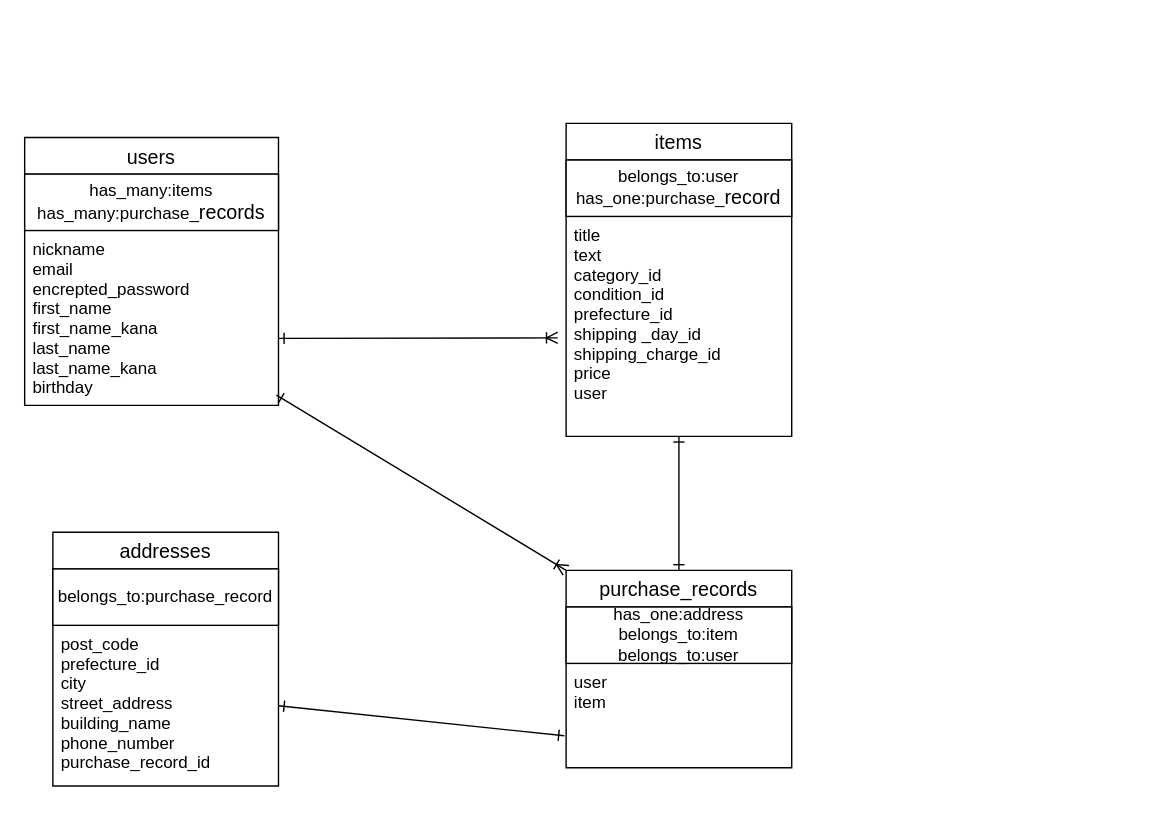
This is ER.dio from becko629/furima-39392, a draw.io file, before an edit. Source tidied: cells renumbered, new cells numbered last; positions are measured from the earlier drawing's top-left corner, leaving out a move shared by most shapes. Both pictures are drawn from the tidied source at 141%, with x=0, y=0 at pixel (24, 123).
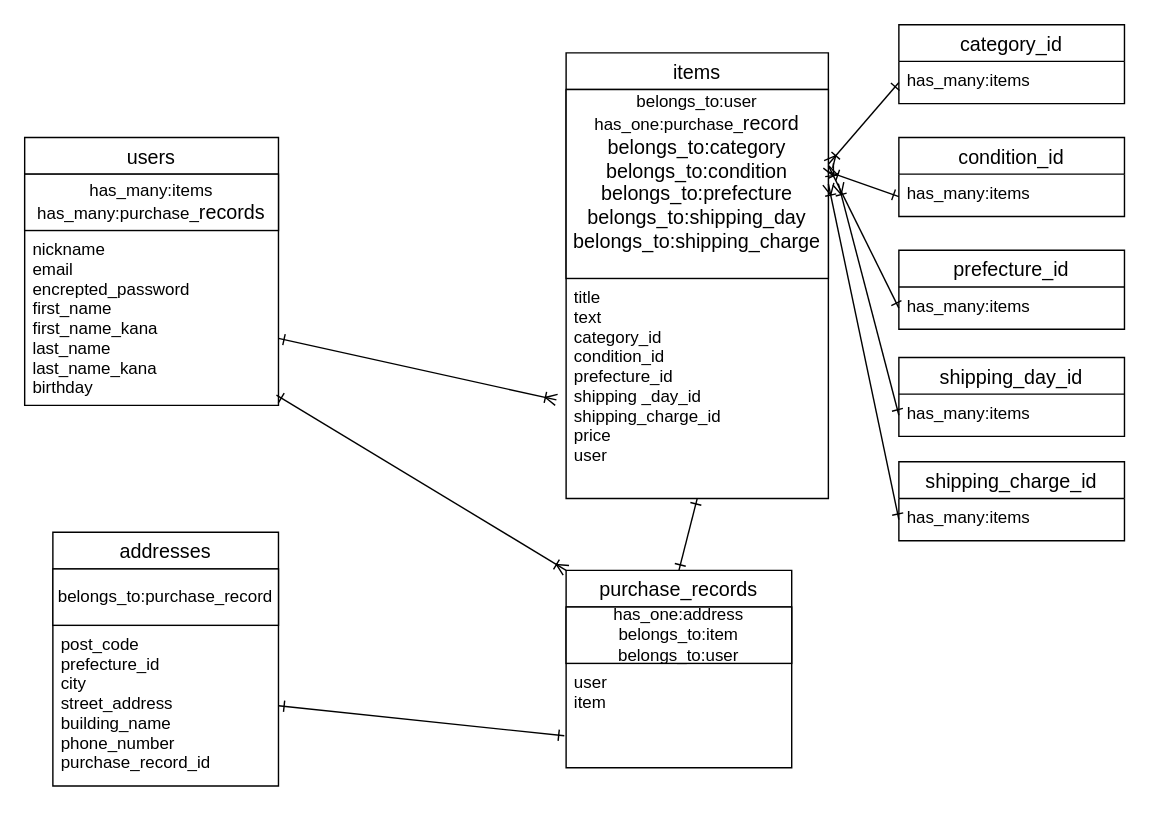
The same diagram, later.

What changed in the source:
```diff
@@
     <mxCell id="10" value="items" style="swimlane;fontStyle=0;horizontal=1;startSize=26;align=center;fontSize=14;" parent="1" vertex="1">
-      <mxGeometry x="384" width="160" height="222" as="geometry" />
+      <mxGeometry x="384" y="-50" width="186" height="316" as="geometry" />
     </mxCell>
-    <mxCell id="11" value="belongs_to:user&lt;br&gt;has_one:purchase_&lt;span style=&quot;font-size: 14px;&quot;&gt;record&lt;/span&gt;" style="whiteSpace=wrap;html=1;align=center;" parent="10" vertex="1">
-      <mxGeometry y="26" width="160" height="40" as="geometry" />
+    <mxCell id="11" value="belongs_to:user&lt;br&gt;has_one:purchase_&lt;span style=&quot;font-size: 14px;&quot;&gt;record&lt;br&gt;belongs_to:category&lt;br&gt;&lt;/span&gt;&lt;span style=&quot;font-size: 14px;&quot;&gt;belongs_to:condition&lt;br&gt;&lt;/span&gt;&lt;span style=&quot;font-size: 14px;&quot;&gt;belongs_to:&lt;/span&gt;&lt;span style=&quot;font-size: 14px;&quot;&gt;prefecture&lt;br&gt;&lt;/span&gt;&lt;span style=&quot;font-size: 14px;&quot;&gt;belongs_to:shipping_day&lt;br&gt;&lt;/span&gt;&lt;span style=&quot;font-size: 14px;&quot;&gt;belongs_to:shipping_charge&lt;br&gt;&lt;/span&gt;&lt;span style=&quot;font-size: 14px;&quot;&gt;&lt;br&gt;&lt;/span&gt;" style="whiteSpace=wrap;html=1;align=center;" parent="10" vertex="1">
+      <mxGeometry y="26" width="186" height="134" as="geometry" />
     </mxCell>
     <mxCell id="12" value="title&#10;text&#10;category_id&#10;condition_id&#10;prefecture_id&#10;shipping _day_id&#10;shipping_charge_id&#10;price&#10;user" style="text;strokeColor=none;fillColor=none;spacingLeft=4;spacingRight=4;overflow=hidden;points=[[0,0.5],[1,0.5]];portConstraint=eastwest;fontSize=12;" parent="10" vertex="1">
-      <mxGeometry y="66" width="160" height="156" as="geometry" />
+      <mxGeometry y="160" width="186" height="156" as="geometry" />
     </mxCell>
@@
+    <mxCell id="18" value="category_id" style="swimlane;fontStyle=0;horizontal=1;startSize=26;align=center;fontSize=14;" parent="1" vertex="1">
+      <mxGeometry x="620" y="-70" width="160" height="56" as="geometry" />
+    </mxCell>
+    <mxCell id="19" value="has_many:items" style="text;strokeColor=none;fillColor=none;spacingLeft=4;spacingRight=4;overflow=hidden;points=[[0,0.5],[1,0.5]];portConstraint=eastwest;fontSize=12;" parent="18" vertex="1">
+      <mxGeometry y="26" width="160" height="30" as="geometry" />
+    </mxCell>
+    <mxCell id="20" style="edgeStyle=none;html=1;exitX=0;exitY=0.75;exitDx=0;exitDy=0;entryX=0.995;entryY=0.433;entryDx=0;entryDy=0;entryPerimeter=0;startArrow=ERone;startFill=0;endArrow=ERoneToMany;endFill=0;" parent="1" edge="1" source="21" target="11">
+      <mxGeometry relative="1" as="geometry" />
+    </mxCell>
+    <mxCell id="21" value="condition_id" style="swimlane;fontStyle=0;horizontal=1;startSize=26;align=center;fontSize=14;" parent="1" vertex="1">
+      <mxGeometry x="620" y="10" width="160" height="56" as="geometry" />
+    </mxCell>
+    <mxCell id="22" value="has_many:items" style="text;strokeColor=none;fillColor=none;spacingLeft=4;spacingRight=4;overflow=hidden;fontSize=12;" parent="21" vertex="1">
+      <mxGeometry y="26" width="160" height="30" as="geometry" />
+    </mxCell>
+    <mxCell id="23" value="prefecture_id" style="swimlane;fontStyle=0;horizontal=1;startSize=26;align=center;fontSize=14;" parent="1" vertex="1">
+      <mxGeometry x="620" y="90" width="160" height="56" as="geometry" />
+    </mxCell>
+    <mxCell id="24" value="has_many:items" style="text;strokeColor=none;fillColor=none;spacingLeft=4;spacingRight=4;overflow=hidden;points=[[0,0.5],[1,0.5]];portConstraint=eastwest;fontSize=12;" parent="23" vertex="1">
+      <mxGeometry y="26" width="160" height="30" as="geometry" />
+    </mxCell>
+    <mxCell id="25" value="shipping_day_id" style="swimlane;fontStyle=0;horizontal=1;startSize=26;align=center;fontSize=14;" parent="1" vertex="1">
+      <mxGeometry x="620" y="166" width="160" height="56" as="geometry" />
+    </mxCell>
+    <mxCell id="26" value="has_many:items" style="text;strokeColor=none;fillColor=none;spacingLeft=4;spacingRight=4;overflow=hidden;points=[[0,0.5],[1,0.5]];portConstraint=eastwest;fontSize=12;" parent="25" vertex="1">
+      <mxGeometry y="26" width="160" height="30" as="geometry" />
+    </mxCell>
+    <mxCell id="27" value="shipping_charge_id" style="swimlane;fontStyle=0;horizontal=1;startSize=26;align=center;fontSize=14;" parent="1" vertex="1">
+      <mxGeometry x="620" y="240" width="160" height="56" as="geometry" />
+    </mxCell>
+    <mxCell id="28" value="has_many:items" style="text;strokeColor=none;fillColor=none;spacingLeft=4;spacingRight=4;overflow=hidden;points=[[0,0.5],[1,0.5]];portConstraint=eastwest;fontSize=12;" parent="27" vertex="1">
+      <mxGeometry y="26" width="160" height="30" as="geometry" />
+    </mxCell>
+    <mxCell id="29" style="edgeStyle=none;html=1;exitX=0;exitY=0.5;exitDx=0;exitDy=0;entryX=1;entryY=0.25;entryDx=0;entryDy=0;endArrow=ERoneToMany;endFill=0;startArrow=ERone;startFill=0;" parent="1" edge="1" source="19" target="10">
+      <mxGeometry relative="1" as="geometry" />
+    </mxCell>
+    <mxCell id="30" style="edgeStyle=none;html=1;exitX=0;exitY=0.5;exitDx=0;exitDy=0;startArrow=ERone;startFill=0;endArrow=ERoneToMany;endFill=0;" parent="1" edge="1" source="24">
+      <mxGeometry relative="1" as="geometry">
+        <mxPoint x="570" y="30" as="targetPoint" />
+      </mxGeometry>
+    </mxCell>
+    <mxCell id="31" style="edgeStyle=none;html=1;exitX=0;exitY=0.5;exitDx=0;exitDy=0;entryX=1.038;entryY=0.498;entryDx=0;entryDy=0;entryPerimeter=0;startArrow=ERone;startFill=0;endArrow=ERoneToMany;endFill=0;" parent="1" edge="1" source="26" target="11">
+      <mxGeometry relative="1" as="geometry" />
+    </mxCell>
+    <mxCell id="32" style="edgeStyle=none;html=1;exitX=0;exitY=0.5;exitDx=0;exitDy=0;entryX=1;entryY=0.5;entryDx=0;entryDy=0;startArrow=ERone;startFill=0;endArrow=ERoneToMany;endFill=0;" parent="1" edge="1" source="28" target="11">
+      <mxGeometry relative="1" as="geometry" />
+    </mxCell>
```
